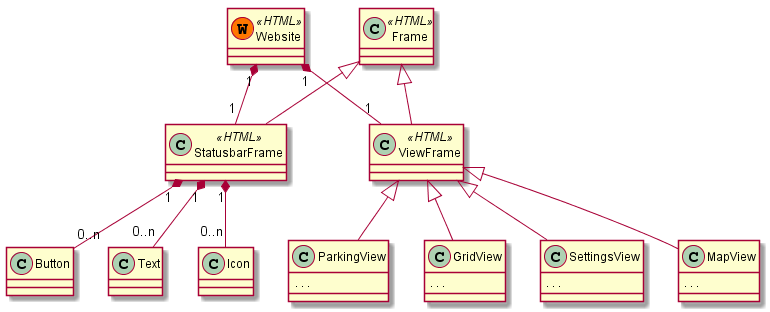
uzdry/PSE keeps this PlantUML diagram as Entwurf/diagrams/website.png. Above is the earlier version.
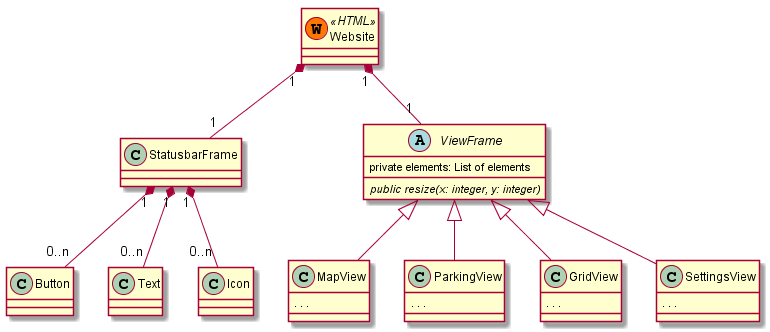
Later version of the same file.

What changed in the source:
```diff
@@ -3,13 +3,12 @@
 class Website <<(W,#FF7700)HTML>>{
 }
 
-class Frame <<HTML>>{
+class StatusbarFrame {
 }
 
-class StatusbarFrame <<HTML>> extends Frame{
-}
-
-class ViewFrame <<HTML>> extends Frame{
+abstract class ViewFrame {
+	private elements: List of elements
+	{abstract} public resize(x: integer, y: integer)
 }
 
 class MapView extends ViewFrame{
```
